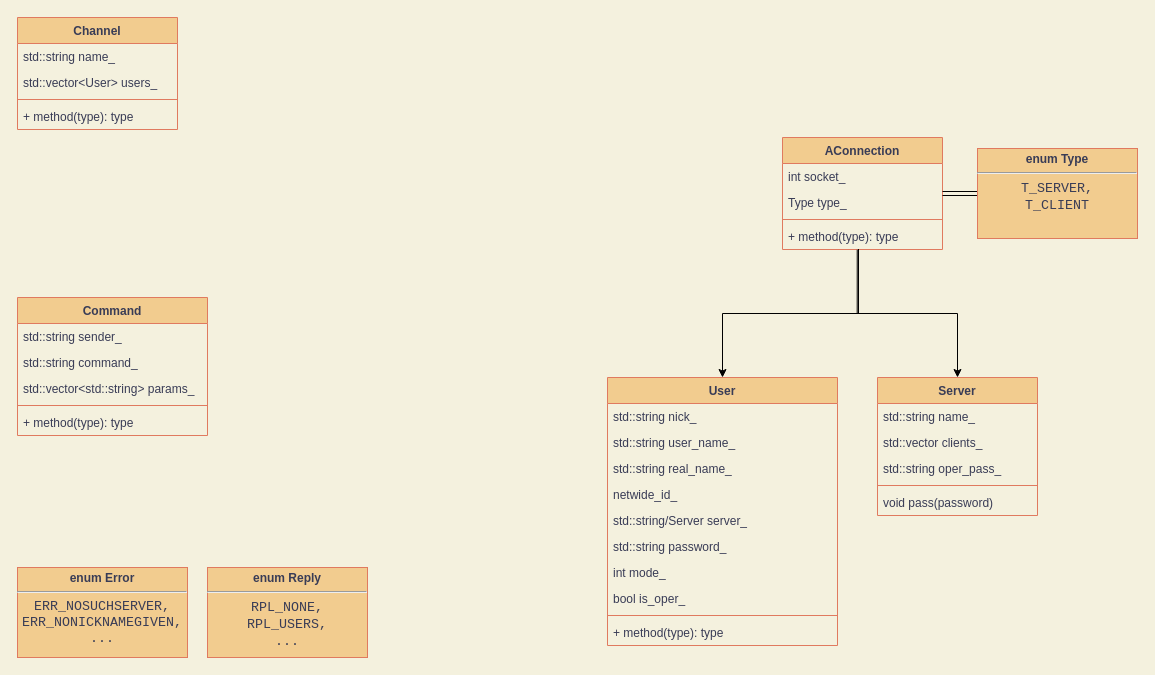
This is Classes.drawio from NSmolianitski/IrishaIRC, a draw.io file, before an edit. Source tidied: cells renumbered, new cells numbered last; positions are measured from the earlier drawing's top-left corner, leaving out a move shared by most shapes. Both pictures are drawn from the tidied source at 100%, with x=0, y=0 at pixel (17, 17).
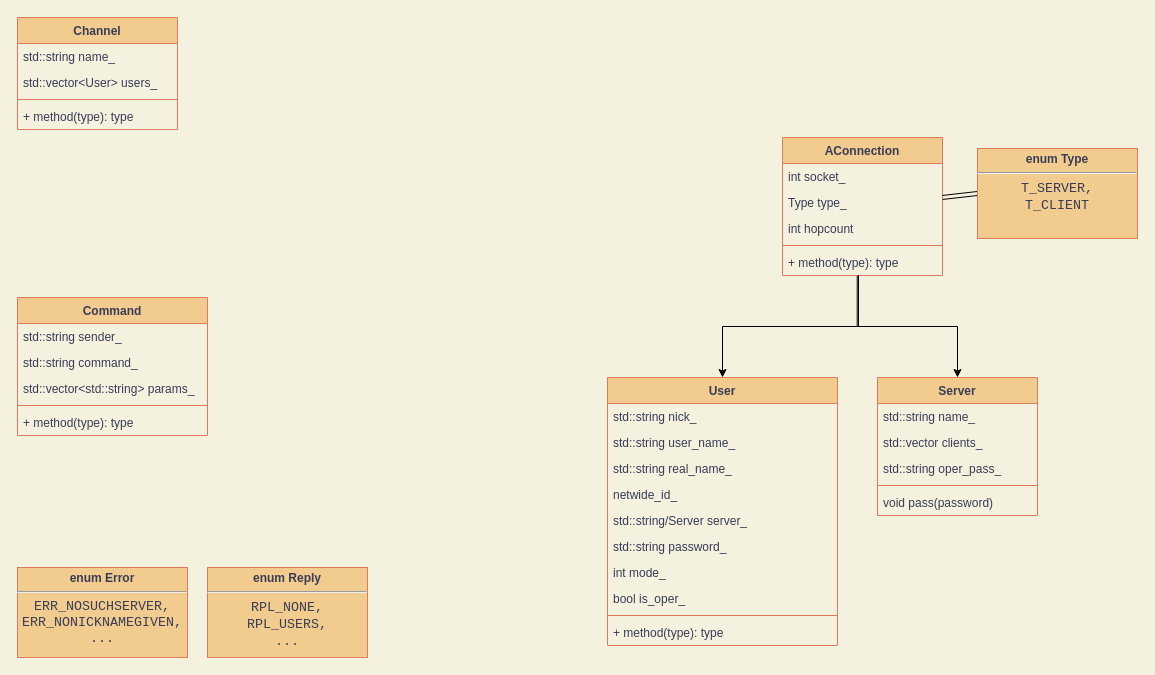
Above is the later version.

Change to the diagram source:
```diff
@@
     <mxCell id="32" value="AConnection" style="swimlane;fontStyle=1;align=center;verticalAlign=top;horizontal=1;startSize=26;fillColor=#F2CC8F;strokeColor=#E07A5F;fontColor=#393C56;" parent="1" vertex="1">
-      <mxGeometry x="765" y="120" width="160" height="112" as="geometry" />
+      <mxGeometry x="765" y="120" width="160" height="138" as="geometry" />
     </mxCell>
@@
+    <mxCell id="41" value="Type type_" style="text;strokeColor=none;fillColor=none;align=left;verticalAlign=top;spacingLeft=4;spacingRight=4;overflow=hidden;fontColor=#393C56;" parent="32" vertex="1">
+      <mxGeometry y="52" width="160" height="26" as="geometry" />
+    </mxCell>
-    <mxCell id="34" value="Type type_" style="text;strokeColor=none;fillColor=none;align=left;verticalAlign=top;spacingLeft=4;spacingRight=4;overflow=hidden;fontColor=#393C56;" parent="32" vertex="1">
-      <mxGeometry y="52" width="160" height="26" as="geometry" />
+    <mxCell id="34" value="int hopcount" style="text;strokeColor=none;fillColor=none;align=left;verticalAlign=top;spacingLeft=4;spacingRight=4;overflow=hidden;fontColor=#393C56;" parent="32" vertex="1">
+      <mxGeometry y="78" width="160" height="26" as="geometry" />
     </mxCell>
     <mxCell id="35" style="line;strokeWidth=1;fillColor=none;align=left;verticalAlign=middle;spacingTop=-1;spacingLeft=3;spacingRight=3;labelPosition=right;labelBackgroundColor=#F4F1DE;strokeColor=#E07A5F;fontColor=#393C56;" parent="32" vertex="1">
-      <mxGeometry y="78" width="160" height="8" as="geometry" />
+      <mxGeometry y="104" width="160" height="8" as="geometry" />
     </mxCell>
     <mxCell id="36" value="+ method(type): type" style="text;strokeColor=none;fillColor=none;align=left;verticalAlign=top;spacingLeft=4;spacingRight=4;overflow=hidden;points=[[0,0.5],[1,0.5]];portConstraint=eastwest;fontColor=#393C56;" parent="32" vertex="1">
-      <mxGeometry y="86" width="160" height="26" as="geometry" />
+      <mxGeometry y="112" width="160" height="26" as="geometry" />
     </mxCell>
```
